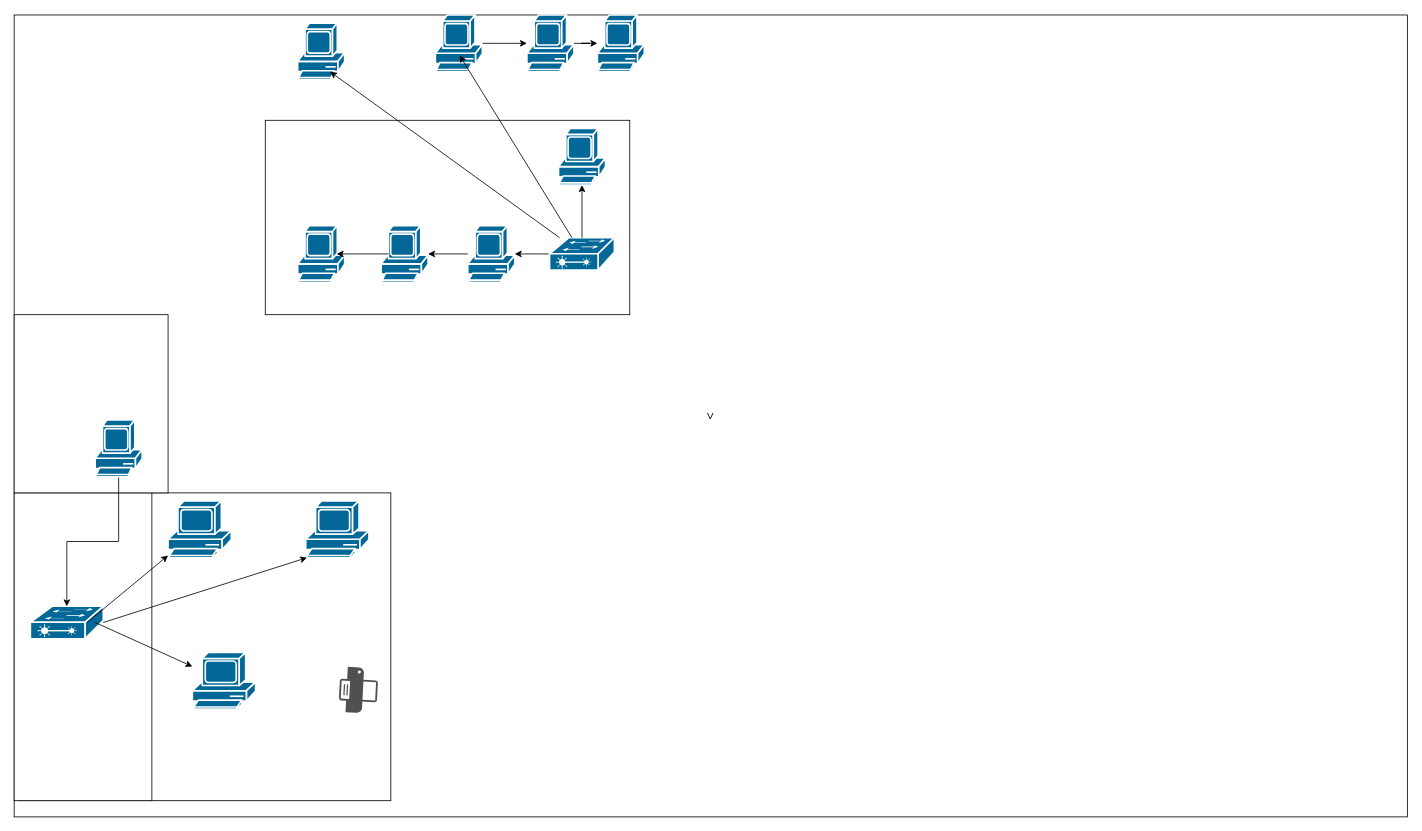
GabrielBuenoSathler/mapa-de-rede keeps this draw.io diagram as Untitled Diagram.drawio. Above is the earlier version. Source tidied: cells renumbered, new cells numbered last; positions are measured from the earlier drawing's top-left corner, leaving out a move shared by most shapes. Both pictures are drawn from the tidied source at 81%, with x=0, y=0 at pixel (14, 15).
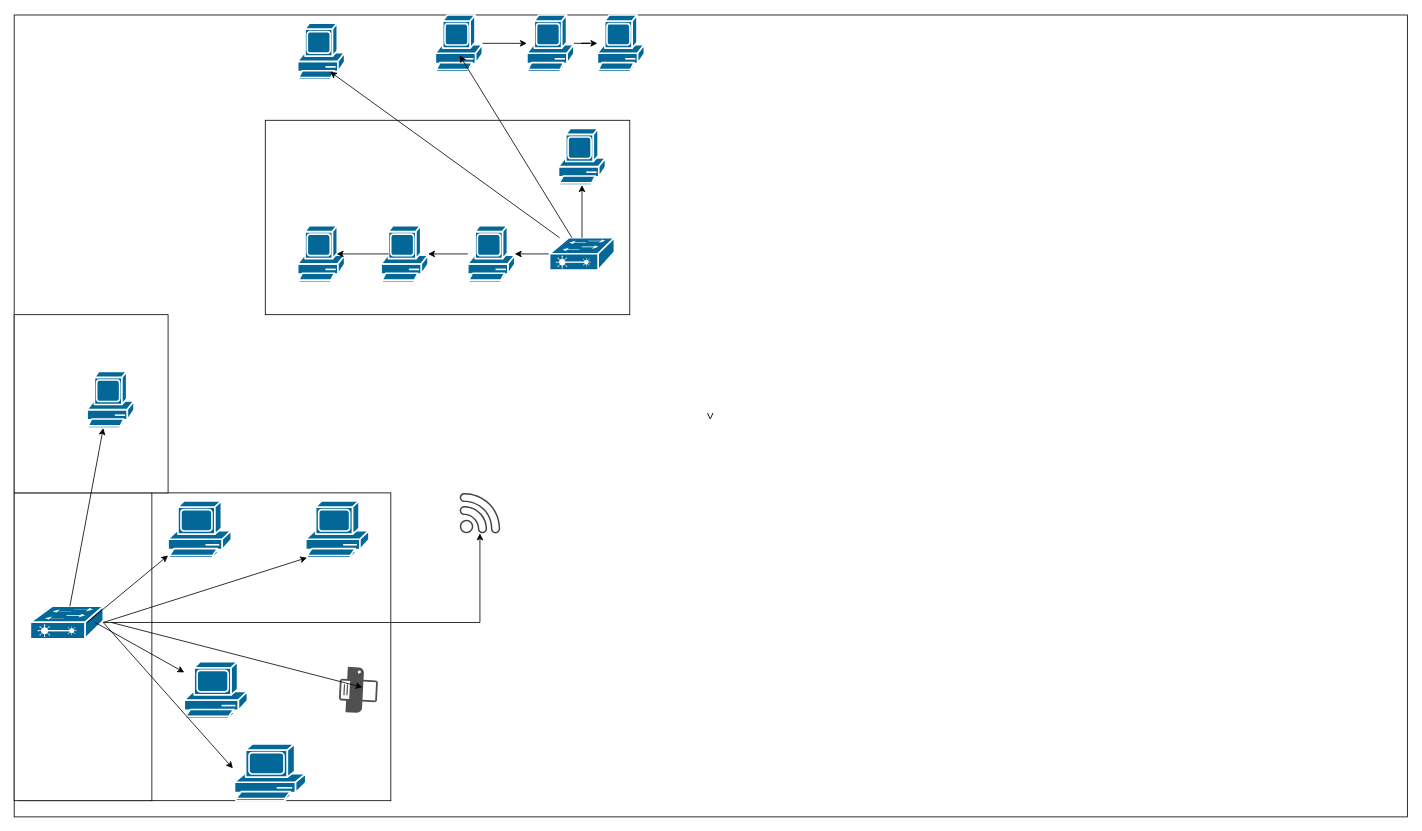
After the change.

Unchanged cells that the change refers to:
```xml
<mxCell id="5" style="strokeColor=#ffffff;sketch=0;html=1;dashed=0;fillColor=#036897;strokeWidth=2;verticalLabelPosition=bottom;verticalAlign=top;align=center;outlineConnect=0;shape=mxgraph.cisco.switches.layer_2_remote_switch;" parent="1" vertex="1">
  <mxGeometry x="20" y="730" width="90" height="40" as="geometry" />
</mxCell>
```

Change to the diagram source:
```diff
@@
+    <mxCell id="34" style="edgeStyle=orthogonalEdgeStyle;rounded=0;jettySize=auto;html=1;" parent="1" edge="1" source="5" target="36">
+      <mxGeometry relative="1" as="geometry" />
+    </mxCell>
@@
     <mxCell id="8" style="sketch=0;html=1;dashed=0;fillColor=#036897;strokeColor=#ffffff;strokeWidth=2;verticalLabelPosition=bottom;verticalAlign=top;align=center;outlineConnect=0;shape=mxgraph.cisco.computers_and_peripherals.pc;" parent="1" vertex="1">
-      <mxGeometry x="220" y="787" width="78" height="70" as="geometry" />
+      <mxGeometry x="210" y="798.5" width="78" height="70" as="geometry" />
     </mxCell>
@@
-    <mxCell id="11" style="edgeStyle=orthogonalEdgeStyle;rounded=0;jettySize=auto;html=1;" parent="1" edge="1" source="12" target="5">
-      <mxGeometry relative="1" as="geometry" />
-    </mxCell>
     <mxCell id="12" style="sketch=0;html=1;dashed=0;fillColor=#036897;strokeColor=#ffffff;strokeWidth=2;verticalLabelPosition=bottom;verticalAlign=top;align=center;outlineConnect=0;shape=mxgraph.cisco.computers_and_peripherals.pc;" parent="1" vertex="1">
-      <mxGeometry x="100" y="500" width="58" height="70" as="geometry" />
+      <mxGeometry x="90" y="440" width="58" height="70" as="geometry" />
     </mxCell>
@@
+    <mxCell id="35" style="endArrow=classic;html=1;rounded=0;" parent="1" edge="1" source="5">
+      <mxGeometry relative="1" as="geometry">
+        <mxPoint x="110" y="510" as="targetPoint" />
+      </mxGeometry>
+    </mxCell>
+    <mxCell id="36" style="sketch=0;shadow=0;dashed=0;html=1;strokeColor=none;fillColor=#434445;labelPosition=center;verticalLabelPosition=bottom;verticalAlign=top;align=center;outlineConnect=0;shape=mxgraph.vvd.wi_fi;" parent="1" vertex="1">
+      <mxGeometry x="550" y="590" width="50" height="50" as="geometry" />
+    </mxCell>
+    <mxCell id="37" style="endArrow=classic;html=1;rounded=0;" parent="1" edge="1">
+      <mxGeometry relative="1" as="geometry">
+        <mxPoint x="120" y="750" as="sourcePoint" />
+        <mxPoint x="430" y="830" as="targetPoint" />
+      </mxGeometry>
+    </mxCell>
+    <mxCell id="38" style="sketch=0;html=1;dashed=0;fillColor=#036897;strokeColor=#ffffff;strokeWidth=2;verticalLabelPosition=bottom;verticalAlign=top;align=center;shape=mxgraph.cisco.computers_and_peripherals.pc;" parent="1" vertex="1">
+      <mxGeometry x="272" y="900" width="88" height="70" as="geometry" />
+    </mxCell>
+    <mxCell id="39" style="endArrow=classic;html=1;rounded=0;exitX=1;exitY=0.5;exitDx=0;exitDy=0;exitPerimeter=0;" parent="1" edge="1" source="5">
+      <mxGeometry relative="1" as="geometry">
+        <mxPoint x="270" y="930" as="targetPoint" />
+      </mxGeometry>
+    </mxCell>
```
